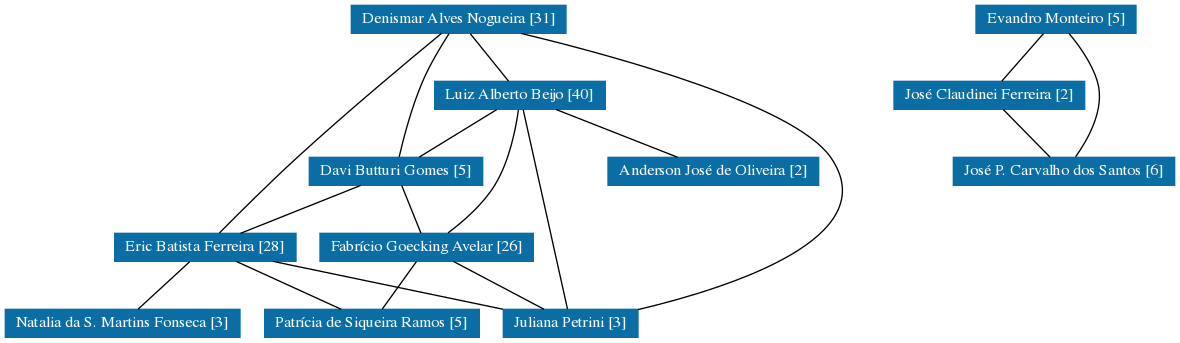
This is PPGEAB/grafoDeColaboracoesSemPesos.png from icamps/unifal-lattes, a Graphviz export, as it was before one commit. Its source is kept beside it as PPGEAB/grafoDeColaboracoesSemPesos.dot. The source it was exported from:
```dot
strict graph grafo1 {
	graph [bb="0,0,877,249",
		id=grafo1,
		overlap=False
	];
	node [fontsize=12,
		label="\N",
		shape=rectangle,
		style=filled
	];
	0	 [URL="membro-3858924778362309.html",
		color="#0A6EA4",
		fontcolor="#FFFFFF",
		height=0.29167,
		label="Denismar Alves Nogueira [31]",
		pos="340,238.5",
		width=2.2361];
	1	 [URL="membro-8194104388434526.html",
		color="#0A6EA4",
		fontcolor="#FFFFFF",
		height=0.29167,
		label="Luiz Alberto Beijo [40]",
		pos="386,181.5",
		width=1.7778];
	0 -- 1	 [pos="348.65,227.78 356.88,217.59 369.18,202.35 377.39,192.17"];
	2	 [URL="membro-0326922176762825.html",
		color="#0A6EA4",
		fontcolor="#FFFFFF",
		height=0.29167,
		label="Davi Butturi Gomes [5]",
		pos="293,124.5",
		width=1.8056];
	0 -- 2	 [pos="332.8,227.8 326.86,218.61 318.54,204.86 313,192 304.68,172.7 298.51,148.86 295.36,135.3"];
	3	 [URL="membro-9965398009651936.html",
		color="#0A6EA4",
		fontcolor="#FFFFFF",
		height=0.29167,
		label="Eric Batista Ferreira [28]",
		pos="150,67.5",
		width=1.8889];
	0 -- 3	 [pos="327.04,227.9 304.63,209.46 257.34,170.08 219,135 197.73,115.54 173.9,91.761 160.54,78.249"];
	5	 [URL="membro-9510541669291293.html",
		color="#0A6EA4",
		fontcolor="#FFFFFF",
		height=0.29167,
		label="Juliana Petrini [3]",
		pos="424,10.5",
		width=1.4028];
	0 -- 5	 [pos="386.77,227.94 458.88,210.61 591.78,174.12 619,135 660.63,75.154 545.21,37.587 474.51,20.79"];
	1 -- 2	 [pos="368.51,170.78 351.88,160.59 327.02,145.35 310.41,135.17"];
	1 -- 5	 [pos="388.38,170.8 395.2,140.09 414.8,51.897 421.62,21.193"];
	4	 [URL="membro-6886514520601172.html",
		color="#0A6EA4",
		fontcolor="#FFFFFF",
		height=0.29167,
		label="Fabrício Goecking Avelar [26]",
		pos="316,67.5",
		width=2.2222];
	1 -- 4	 [pos="384.83,170.71 382.9,156.73 378.13,132.03 367,114 358.06,99.521 343.35,86.798 332.02,78.337"];
	8	 [URL="membro-1349156075777095.html",
		color="#0A6EA4",
		fontcolor="#FFFFFF",
		height=0.29167,
		label="Anderson José de Oliveira [2]",
		pos="531,124.5",
		width=2.1944];
	1 -- 8	 [pos="412.93,170.91 438.98,160.67 478.22,145.25 504.21,135.03"];
	2 -- 3	 [pos="266.44,113.91 240.75,103.67 202.06,88.25 176.42,78.031"];
	2 -- 4	 [pos="297.33,113.78 301.44,103.59 307.59,88.348 311.69,78.173"];
	3 -- 5	 [pos="200.58,56.979 249.75,46.75 324.03,31.297 373.26,21.056"];
	6	 [URL="membro-7184150832649950.html",
		color="#0A6EA4",
		fontcolor="#FFFFFF",
		height=0.29167,
		label="Patrícia de Siqueira Ramos [5]",
		pos="275,10.5",
		width=2.2361];
	3 -- 6	 [pos="173.22,56.912 195.67,46.674 229.5,31.25 251.91,21.031"];
	7	 [URL="membro-3374954104030940.html",
		color="#0A6EA4",
		fontcolor="#FFFFFF",
		height=0.29167,
		label="Natalia da S. Martins Fonseca [3]",
		pos="88,10.5",
		width=2.4444];
	3 -- 7	 [pos="138.34,56.779 127.25,46.588 110.68,31.348 99.609,21.173"];
	4 -- 5	 [pos="336.06,56.912 355.46,46.674 384.68,31.25 404.05,21.031"];
	4 -- 6	 [pos="308.29,56.779 300.96,46.588 290,31.348 282.68,21.173"];
	9	 [URL="membro-3089568911577519.html",
		color="#0A6EA4",
		fontcolor="#FFFFFF",
		height=0.29167,
		label="Evandro Monteiro [5]",
		pos="788,238.5",
		width=1.6667];
	10	 [URL="membro-6808752952332925.html",
		color="#0A6EA4",
		fontcolor="#FFFFFF",
		height=0.29167,
		label="José Claudinei Ferreira [2]",
		pos="738,181.5",
		width=1.9861];
	9 -- 10	 [pos="778.6,227.78 769.66,217.59 756.29,202.35 747.36,192.17"];
	11	 [URL="membro-9393213180145144.html",
		color="#0A6EA4",
		fontcolor="#FFFFFF",
		height=0.29167,
		label="José P. Carvalho dos Santos [6]",
		pos="794,124.5",
		width=2.3056];
	9 -- 11	 [pos="797.67,227.99 805.13,219.14 814.84,205.74 819,192 825.16,171.67 812.11,148.57 802.65,135.35"];
	10 -- 11	 [pos="748.53,170.78 758.55,160.59 773.52,145.35 783.51,135.17"];
}
```
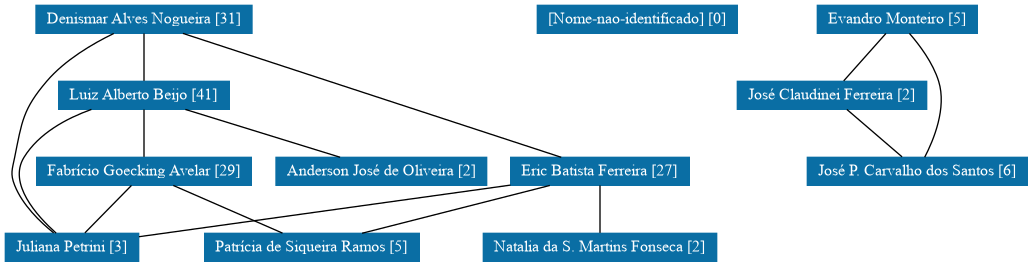
The same file after the commit.

What changed in the source:
```diff
@@ -1,5 +1,5 @@
 strict graph grafo1 {
-	graph [bb="0,0,877,249",
+	graph [bb="0,0,766.5,192",
 		id=grafo1,
 		overlap=False
 	];
@@ -8,106 +8,103 @@
 		shape=rectangle,
 		style=filled
 	];
-	0	 [URL="membro-3858924778362309.html",
+	0	[URL="membro-3858924778362309.html",
 		color="#0A6EA4",
 		fontcolor="#FFFFFF",
 		height=0.29167,
 		label="Denismar Alves Nogueira [31]",
-		pos="340,238.5",
-		width=2.2361];
-	1	 [URL="membro-8194104388434526.html",
+		pos="104,181.5",
+		width=2.25];
+	1	[URL="membro-8194104388434526.html",
 		color="#0A6EA4",
 		fontcolor="#FFFFFF",
 		height=0.29167,
-		label="Luiz Alberto Beijo [40]",
-		pos="386,181.5",
+		label="Luiz Alberto Beijo [41]",
+		pos="104,124.5",
 		width=1.7778];
-	0 -- 1	 [pos="348.65,227.78 356.88,217.59 369.18,202.35 377.39,192.17"];
-	2	 [URL="membro-0326922176762825.html",
+	0 -- 1	[pos="104,170.92 104,160.95 104,145.41 104,135.34"];
+	3	[URL="membro-9965398009651936.html",
 		color="#0A6EA4",
 		fontcolor="#FFFFFF",
 		height=0.29167,
-		label="Davi Butturi Gomes [5]",
-		pos="293,124.5",
-		width=1.8056];
-	0 -- 2	 [pos="332.8,227.8 326.86,218.61 318.54,204.86 313,192 304.68,172.7 298.51,148.86 295.36,135.3"];
-	3	 [URL="membro-9965398009651936.html",
-		color="#0A6EA4",
-		fontcolor="#FFFFFF",
-		height=0.29167,
-		label="Eric Batista Ferreira [28]",
-		pos="150,67.5",
-		width=1.8889];
-	0 -- 3	 [pos="327.04,227.9 304.63,209.46 257.34,170.08 219,135 197.73,115.54 173.9,91.761 160.54,78.249"];
-	5	 [URL="membro-9510541669291293.html",
+		label="Eric Batista Ferreira [27]",
+		pos="446,67.5",
+		width=1.8611];
+	0 -- 3	[pos="133.16,170.95 197.77,149.79 352.37,99.162 416.92,78.025"];
+	5	[URL="membro-9510541669291293.html",
 		color="#0A6EA4",
 		fontcolor="#FFFFFF",
 		height=0.29167,
 		label="Juliana Petrini [3]",
-		pos="424,10.5",
-		width=1.4028];
-	0 -- 5	 [pos="386.77,227.94 458.88,210.61 591.78,174.12 619,135 660.63,75.154 545.21,37.587 474.51,20.79"];
-	1 -- 2	 [pos="368.51,170.78 351.88,160.59 327.02,145.35 310.41,135.17"];
-	1 -- 5	 [pos="388.38,170.8 395.2,140.09 414.8,51.897 421.62,21.193"];
-	4	 [URL="membro-6886514520601172.html",
+		pos="50,10.5",
+		width=1.3889];
+	0 -- 5	[pos="81.312,170.9 65.419,163.2 44.661,151.02 31,135 13.167,114.08 12.441,104.94 7,78 5.1525,68.851 3.5504,65.672 7,57 12.865,42.255 26.026,\
+29.53 36.254,21.316"];
+	1 -- 5	[pos="64.571,113.94 45.811,107.2 25.098,96.046 14,78 1.8962,58.318 23.451,34.267 38.104,21.157"];
+	4	[URL="membro-6886514520601172.html",
 		color="#0A6EA4",
 		fontcolor="#FFFFFF",
 		height=0.29167,
-		label="Fabrício Goecking Avelar [26]",
-		pos="316,67.5",
-		width=2.2222];
-	1 -- 4	 [pos="384.83,170.71 382.9,156.73 378.13,132.03 367,114 358.06,99.521 343.35,86.798 332.02,78.337"];
-	8	 [URL="membro-1349156075777095.html",
+		label="Fabrício Goecking Avelar [29]",
+		pos="104,67.5",
+		width=2.2361];
+	1 -- 4	[pos="104,113.92 104,103.95 104,88.408 104,78.341"];
+	8	[URL="membro-1349156075777095.html",
 		color="#0A6EA4",
 		fontcolor="#FFFFFF",
 		height=0.29167,
 		label="Anderson José de Oliveira [2]",
-		pos="531,124.5",
+		pos="282,67.5",
 		width=2.1944];
-	1 -- 8	 [pos="412.93,170.91 438.98,160.67 478.22,145.25 504.21,135.03"];
-	2 -- 3	 [pos="266.44,113.91 240.75,103.67 202.06,88.25 176.42,78.031"];
-	2 -- 4	 [pos="297.33,113.78 301.44,103.59 307.59,88.348 311.69,78.173"];
-	3 -- 5	 [pos="200.58,56.979 249.75,46.75 324.03,31.297 373.26,21.056"];
-	6	 [URL="membro-7184150832649950.html",
+	1 -- 8	[pos="135.01,113.92 167.58,103.86 218.5,88.12 251.05,78.063"];
+	3 -- 5	[pos="378.82,57.17 299.94,46.213 170.9,28.291 100.21,18.473"];
+	6	[URL="membro-7184150832649950.html",
 		color="#0A6EA4",
 		fontcolor="#FFFFFF",
 		height=0.29167,
 		label="Patrícia de Siqueira Ramos [5]",
-		pos="275,10.5",
+		pos="230,10.5",
 		width=2.2361];
-	3 -- 6	 [pos="173.22,56.912 195.67,46.674 229.5,31.25 251.91,21.031"];
-	7	 [URL="membro-3374954104030940.html",
+	3 -- 6	[pos="408.38,56.92 368.85,46.856 307.05,31.12 267.55,21.063"];
+	7	[URL="membro-3374954104030940.html",
 		color="#0A6EA4",
 		fontcolor="#FFFFFF",
 		height=0.29167,
-		label="Natalia da S. Martins Fonseca [3]",
-		pos="88,10.5",
-		width=2.4444];
-	3 -- 7	 [pos="138.34,56.779 127.25,46.588 110.68,31.348 99.609,21.173"];
-	4 -- 5	 [pos="336.06,56.912 355.46,46.674 384.68,31.25 404.05,21.031"];
-	4 -- 6	 [pos="308.29,56.779 300.96,46.588 290,31.348 282.68,21.173"];
-	9	 [URL="membro-3089568911577519.html",
+		label="Natalia da S. Martins Fonseca [2]",
+		pos="446,10.5",
+		width=2.4306];
+	3 -- 7	[pos="446,56.92 446,46.948 446,31.408 446,21.341"];
+	4 -- 5	[pos="94.594,56.92 84.803,46.948 69.546,31.408 59.662,21.341"];
+	4 -- 6	[pos="125.95,56.92 148.93,46.886 184.83,31.216 207.88,21.155"];
+	2	[URL="membro-0326922176762825.html",
+		color="#0A6EA4",
+		fontcolor="#FFFFFF",
+		height=0.29167,
+		label="[Nome-nao-identificado] [0]",
+		pos="474,181.5",
+		width=2.0833];
+	9	[URL="membro-3089568911577519.html",
 		color="#0A6EA4",
 		fontcolor="#FFFFFF",
 		height=0.29167,
 		label="Evandro Monteiro [5]",
-		pos="788,238.5",
+		pos="669,181.5",
 		width=1.6667];
-	10	 [URL="membro-6808752952332925.html",
+	10	[URL="membro-6808752952332925.html",
 		color="#0A6EA4",
 		fontcolor="#FFFFFF",
 		height=0.29167,
 		label="José Claudinei Ferreira [2]",
-		pos="738,181.5",
-		width=1.9861];
-	9 -- 10	 [pos="778.6,227.78 769.66,217.59 756.29,202.35 747.36,192.17"];
-	11	 [URL="membro-9393213180145144.html",
+		pos="620,124.5",
+		width=1.9722];
+	9 -- 10	[pos="660.46,170.92 651.58,160.95 637.74,145.41 628.77,135.34"];
+	11	[URL="membro-9393213180145144.html",
 		color="#0A6EA4",
 		fontcolor="#FFFFFF",
 		height=0.29167,
 		label="José P. Carvalho dos Santos [6]",
-		pos="794,124.5",
-		width=2.3056];
-	9 -- 11	 [pos="797.67,227.99 805.13,219.14 814.84,205.74 819,192 825.16,171.67 812.11,148.57 802.65,135.35"];
-	10 -- 11	 [pos="748.53,170.78 758.55,160.59 773.52,145.35 783.51,135.17"];
+		pos="684,67.5",
+		width=2.2917];
+	9 -- 11	[pos="678.07,170.95 685.59,162.32 695.72,148.88 700,135 706.16,115.03 696.29,91.086 689.51,78.072"];
+	10 -- 11	[pos="631.15,113.92 642.75,103.95 660.83,88.408 672.55,78.341"];
 }
```
